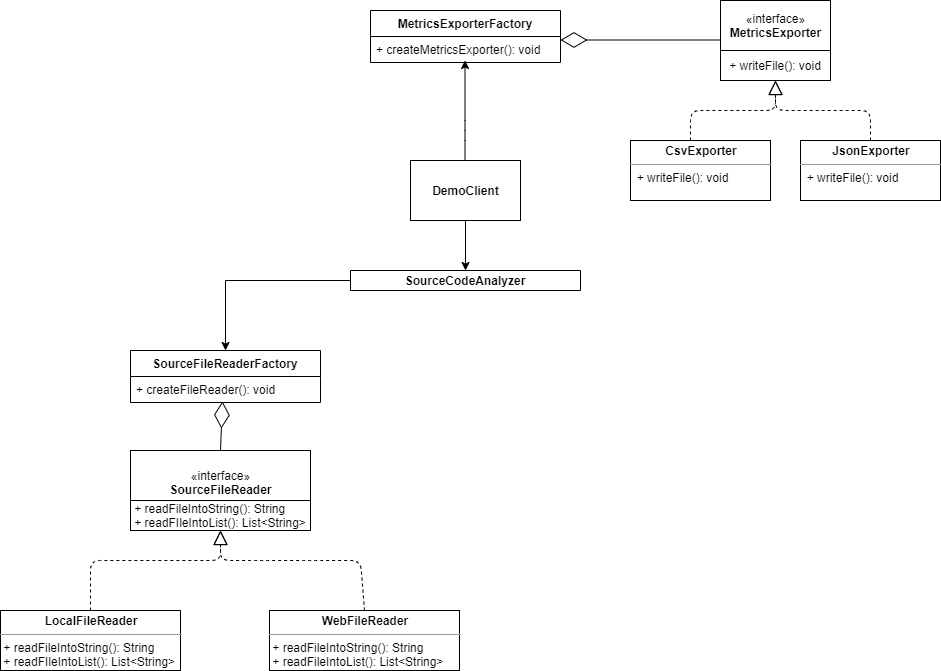
Elviraant/seip-assignments-2020 keeps this draw.io diagram as sourcecodeanalyzer/current_class_diagram.png. Above is the earlier version. Source tidied: cells renumbered, new cells last; positions are measured from the earlier drawing's top-left corner, leaving out a move shared by most shapes. Its diagram source:
```xml
<mxGraphModel>
  <root>
    <mxCell id="0" />
    <mxCell id="1" parent="0" />
    <mxCell id="2" style="group;" parent="1" vertex="1">
      <mxGeometry x="720" width="110" height="80" as="geometry" />
    </mxCell>
    <mxCell id="3" value="«interface»&lt;br&gt;&lt;b&gt;MetricsExporter&lt;/b&gt;" style="html=1;" parent="2" vertex="1">
      <mxGeometry width="110" height="50" as="geometry" />
    </mxCell>
    <mxCell id="4" value="+ writeFile(): void" style="rounded=0;whiteSpace=wrap;html=1;" parent="2" vertex="1">
      <mxGeometry y="50" width="110" height="30" as="geometry" />
    </mxCell>
    <mxCell id="5" value="&lt;p style=&quot;margin: 0px ; margin-top: 4px ; text-align: center&quot;&gt;&lt;b&gt;CsvExporter&lt;/b&gt;&lt;/p&gt;&lt;hr size=&quot;1&quot;&gt;&lt;div style=&quot;height: 2px&quot;&gt;&amp;nbsp; + writeFile(): void&amp;nbsp;&lt;/div&gt;" style="verticalAlign=top;align=left;overflow=fill;fontSize=12;fontFamily=Helvetica;html=1;" parent="1" vertex="1">
      <mxGeometry x="630" y="140" width="140" height="60" as="geometry" />
    </mxCell>
    <mxCell id="6" value="&lt;p style=&quot;margin: 0px ; margin-top: 4px ; text-align: center&quot;&gt;&lt;b&gt;JsonExporter&lt;/b&gt;&lt;/p&gt;&lt;hr size=&quot;1&quot;&gt;&lt;div style=&quot;height: 2px&quot;&gt;&amp;nbsp; + writeFile(): void&amp;nbsp;&lt;/div&gt;" style="verticalAlign=top;align=left;overflow=fill;fontSize=12;fontFamily=Helvetica;html=1;" parent="1" vertex="1">
      <mxGeometry x="800" y="140" width="140" height="60" as="geometry" />
    </mxCell>
    <mxCell id="7" style="endArrow=block;dashed=1;endFill=0;endSize=12;html=1;entryX=0.5;entryY=1;entryDx=0;entryDy=0;" parent="1" edge="1" target="4">
      <mxGeometry relative="1" as="geometry">
        <mxPoint x="690" y="140" as="sourcePoint" />
        <Array as="points">
          <mxPoint x="690" y="110" />
          <mxPoint x="775" y="110" />
        </Array>
      </mxGeometry>
    </mxCell>
    <mxCell id="8" style="endArrow=block;dashed=1;endFill=0;endSize=12;html=1;exitX=0.5;exitY=0;exitDx=0;exitDy=0;entryX=0.5;entryY=1;entryDx=0;entryDy=0;" parent="1" edge="1" source="6" target="4">
      <mxGeometry relative="1" as="geometry">
        <Array as="points">
          <mxPoint x="870" y="110" />
          <mxPoint x="775" y="110" />
        </Array>
      </mxGeometry>
    </mxCell>
    <mxCell id="9" style="endArrow=diamondThin;endFill=0;endSize=24;html=1;" parent="1" edge="1">
      <mxGeometry relative="1" as="geometry">
        <mxPoint x="720" y="39.5" as="sourcePoint" />
        <mxPoint x="560" y="39.5" as="targetPoint" />
      </mxGeometry>
    </mxCell>
    <mxCell id="10" value="MetricsExporterFactory" style="swimlane;fontStyle=1;horizontal=1;startSize=26;fillColor=none;" parent="1" vertex="1">
      <mxGeometry x="370" y="10" width="190" height="52" as="geometry" />
    </mxCell>
    <mxCell id="11" value="+ createMetricsExporter(): void" style="text;strokeColor=none;fillColor=none;align=left;verticalAlign=top;spacingLeft=4;spacingRight=4;overflow=hidden;" parent="10" vertex="1">
      <mxGeometry y="26" width="190" height="26" as="geometry" />
    </mxCell>
    <mxCell id="12" style="edgeStyle=orthogonalEdgeStyle;rounded=0;jettySize=auto;html=1;" parent="1" edge="1" source="13" target="27">
      <mxGeometry relative="1" as="geometry" />
    </mxCell>
    <mxCell id="13" value="&lt;b&gt;DemoClient&lt;/b&gt;" style="html=1;" parent="1" vertex="1">
      <mxGeometry x="410" y="160" width="110" height="60" as="geometry" />
    </mxCell>
    <mxCell id="14" style="endArrow=classic;html=1;" parent="1" edge="1">
      <mxGeometry relative="1" as="geometry">
        <mxPoint x="464.5" y="160" as="sourcePoint" />
        <mxPoint x="464.5" y="60" as="targetPoint" />
        <Array as="points">
          <mxPoint x="464.5" y="130" />
        </Array>
      </mxGeometry>
    </mxCell>
    <mxCell id="15" style="edgeStyle=orthogonalEdgeStyle;rounded=0;jettySize=auto;html=1;exitX=0;exitY=0.5;exitDx=0;exitDy=0;entryX=0.5;entryY=0;entryDx=0;entryDy=0;" parent="1" edge="1" source="27" target="25">
      <mxGeometry relative="1" as="geometry" />
    </mxCell>
    <mxCell id="16" style="endArrow=diamondThin;endFill=0;endSize=24;html=1;exitX=0.5;exitY=0;exitDx=0;exitDy=0;entryX=0.484;entryY=0.962;entryDx=0;entryDy=0;entryPerimeter=0;" parent="1" edge="1" source="19" target="26">
      <mxGeometry relative="1" as="geometry" />
    </mxCell>
    <mxCell id="17" style="group;" parent="1" vertex="1">
      <mxGeometry x="120" y="450" width="180" height="80" as="geometry" />
    </mxCell>
    <mxCell id="18" style="group;" parent="17" vertex="1">
      <mxGeometry x="10" width="180" height="80" as="geometry" />
    </mxCell>
    <mxCell id="19" value="«interface»&lt;br&gt;&lt;b&gt;SourceFileReader&lt;/b&gt;" style="html=1;" parent="18" vertex="1">
      <mxGeometry width="180" height="64" as="geometry" />
    </mxCell>
    <mxCell id="20" value="&lt;div style=&quot;text-align: left&quot;&gt;&lt;span&gt;+ readFileIntoString(): String&lt;/span&gt;&lt;/div&gt;+ readFIleIntoList(): List&amp;lt;String&amp;gt;" style="rounded=0;whiteSpace=wrap;html=1;" parent="18" vertex="1">
      <mxGeometry y="50" width="180" height="30" as="geometry" />
    </mxCell>
    <mxCell id="21" value="&lt;p style=&quot;margin: 0px ; margin-top: 4px ; text-align: center&quot;&gt;&lt;b&gt;LocalFileReader&lt;/b&gt;&lt;/p&gt;&lt;hr size=&quot;1&quot;&gt;&lt;div style=&quot;height: 2px&quot;&gt;&lt;div&gt;&amp;nbsp;+ readFileIntoString(): String&lt;/div&gt;&lt;span style=&quot;text-align: center&quot;&gt;&amp;nbsp;+ readFIleIntoList(): List&amp;lt;String&amp;gt;&lt;/span&gt;&lt;br&gt;&lt;/div&gt;&lt;span style=&quot;text-align: center&quot;&gt;&lt;br&gt;&lt;/span&gt;&lt;div style=&quot;height: 2px&quot;&gt;&amp;nbsp;&lt;/div&gt;" style="verticalAlign=top;align=left;overflow=fill;fontSize=12;fontFamily=Helvetica;html=1;" parent="1" vertex="1">
      <mxGeometry y="610" width="180" height="60" as="geometry" />
    </mxCell>
    <mxCell id="22" value="&lt;p style=&quot;margin: 0px ; margin-top: 4px ; text-align: center&quot;&gt;&lt;b&gt;WebFileReader&lt;/b&gt;&lt;/p&gt;&lt;hr size=&quot;1&quot;&gt;&lt;div style=&quot;height: 2px&quot;&gt;&lt;span&gt;&amp;nbsp;+ readFileIntoString(): String&lt;/span&gt;&lt;/div&gt;&lt;div style=&quot;height: 2px&quot;&gt;&lt;span&gt;&lt;br&gt;&lt;/span&gt;&lt;/div&gt;&lt;div style=&quot;height: 2px&quot;&gt;&lt;span&gt;&lt;br&gt;&lt;/span&gt;&lt;/div&gt;&lt;div style=&quot;height: 2px&quot;&gt;&lt;span&gt;&lt;br&gt;&lt;/span&gt;&lt;/div&gt;&lt;div style=&quot;height: 2px&quot;&gt;&lt;span&gt;&lt;br&gt;&lt;/span&gt;&lt;/div&gt;&lt;div style=&quot;height: 2px&quot;&gt;&lt;span&gt;&lt;br&gt;&lt;/span&gt;&lt;/div&gt;&lt;div style=&quot;height: 2px&quot;&gt;&lt;span&gt;&amp;nbsp; &amp;nbsp; &amp;nbsp; &amp;nbsp; &amp;nbsp; &amp;nbsp;&amp;nbsp;&lt;/span&gt;&lt;/div&gt;&lt;div style=&quot;height: 2px&quot;&gt;&lt;span&gt;&amp;nbsp;+ readFileIntoList(): List&amp;lt;String&amp;gt;&lt;/span&gt;&lt;/div&gt;" style="verticalAlign=top;align=left;overflow=fill;fontSize=12;fontFamily=Helvetica;html=1;" parent="1" vertex="1">
      <mxGeometry x="269" y="610" width="190" height="60" as="geometry" />
    </mxCell>
    <mxCell id="23" style="endArrow=block;dashed=1;endFill=0;endSize=12;html=1;exitX=0.5;exitY=0;exitDx=0;exitDy=0;entryX=0.5;entryY=1;entryDx=0;entryDy=0;" parent="1" edge="1" source="21" target="20">
      <mxGeometry relative="1" as="geometry">
        <Array as="points">
          <mxPoint x="90" y="560" />
          <mxPoint x="220" y="560" />
        </Array>
      </mxGeometry>
    </mxCell>
    <mxCell id="24" style="endArrow=block;dashed=1;endFill=0;endSize=12;html=1;exitX=0.5;exitY=0;exitDx=0;exitDy=0;" parent="1" edge="1" source="22">
      <mxGeometry relative="1" as="geometry">
        <mxPoint x="220" y="530" as="targetPoint" />
        <Array as="points">
          <mxPoint x="360" y="560" />
          <mxPoint x="310" y="560" />
          <mxPoint x="260" y="560" />
          <mxPoint x="220" y="560" />
        </Array>
      </mxGeometry>
    </mxCell>
    <mxCell id="25" value="SourceFileReaderFactory" style="swimlane;fontStyle=1;horizontal=1;startSize=26;fillColor=none;" parent="1" vertex="1">
      <mxGeometry x="130" y="350" width="190" height="52" as="geometry" />
    </mxCell>
    <mxCell id="26" value="+ createFileReader(): void" style="text;strokeColor=none;fillColor=none;align=left;verticalAlign=top;spacingLeft=4;spacingRight=4;overflow=hidden;points=[[0,0.5],[1,0.5]];portConstraint=eastwest;" parent="25" vertex="1">
      <mxGeometry y="26" width="190" height="26" as="geometry" />
    </mxCell>
    <mxCell id="27" value="SourceCodeAnalyzer" style="swimlane;fontStyle=1;horizontal=1;startSize=26;fillColor=none;" parent="1" vertex="1">
      <mxGeometry x="350" y="270" width="230" height="20" as="geometry" />
    </mxCell>
  </root>
</mxGraphModel>
```
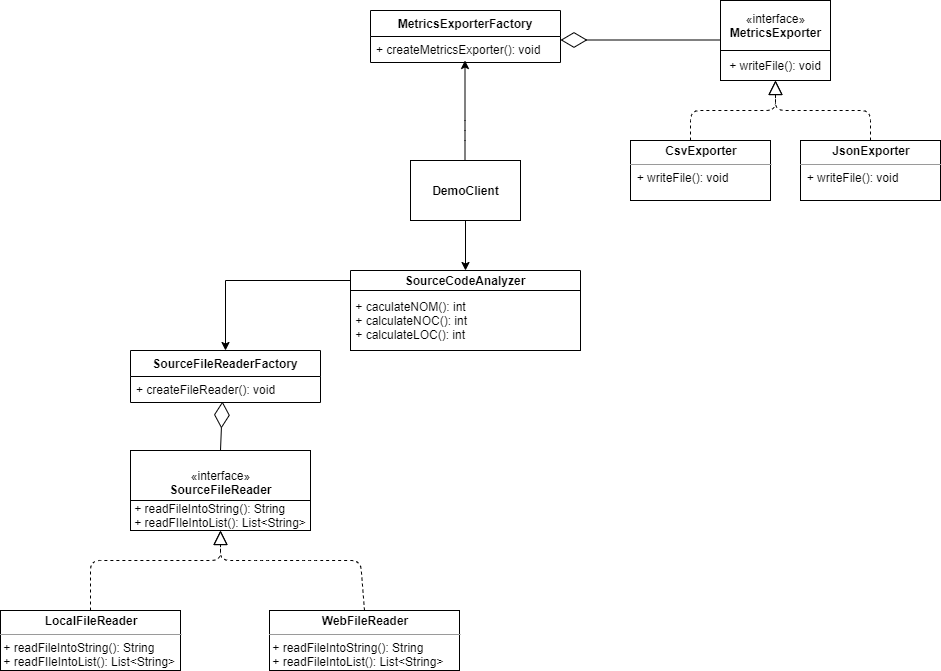
The same file after the commit.

The edit, as a diff of the source:
```diff
@@ -113,5 +113,8 @@
     <mxCell id="27" value="SourceCodeAnalyzer" style="swimlane;fontStyle=1;horizontal=1;startSize=26;fillColor=none;" parent="1" vertex="1">
       <mxGeometry x="350" y="270" width="230" height="20" as="geometry" />
     </mxCell>
+    <mxCell id="28" value="&amp;nbsp;+ caculateNOM(): int&lt;br&gt;&amp;nbsp;+ calculateNOC(): int&lt;br&gt;&amp;nbsp;+ calculateLOC(): int" style="rounded=0;whiteSpace=wrap;html=1;align=left;" parent="1" vertex="1">
+      <mxGeometry x="350" y="290" width="230" height="60" as="geometry" />
+    </mxCell>
   </root>
 </mxGraphModel>
```
